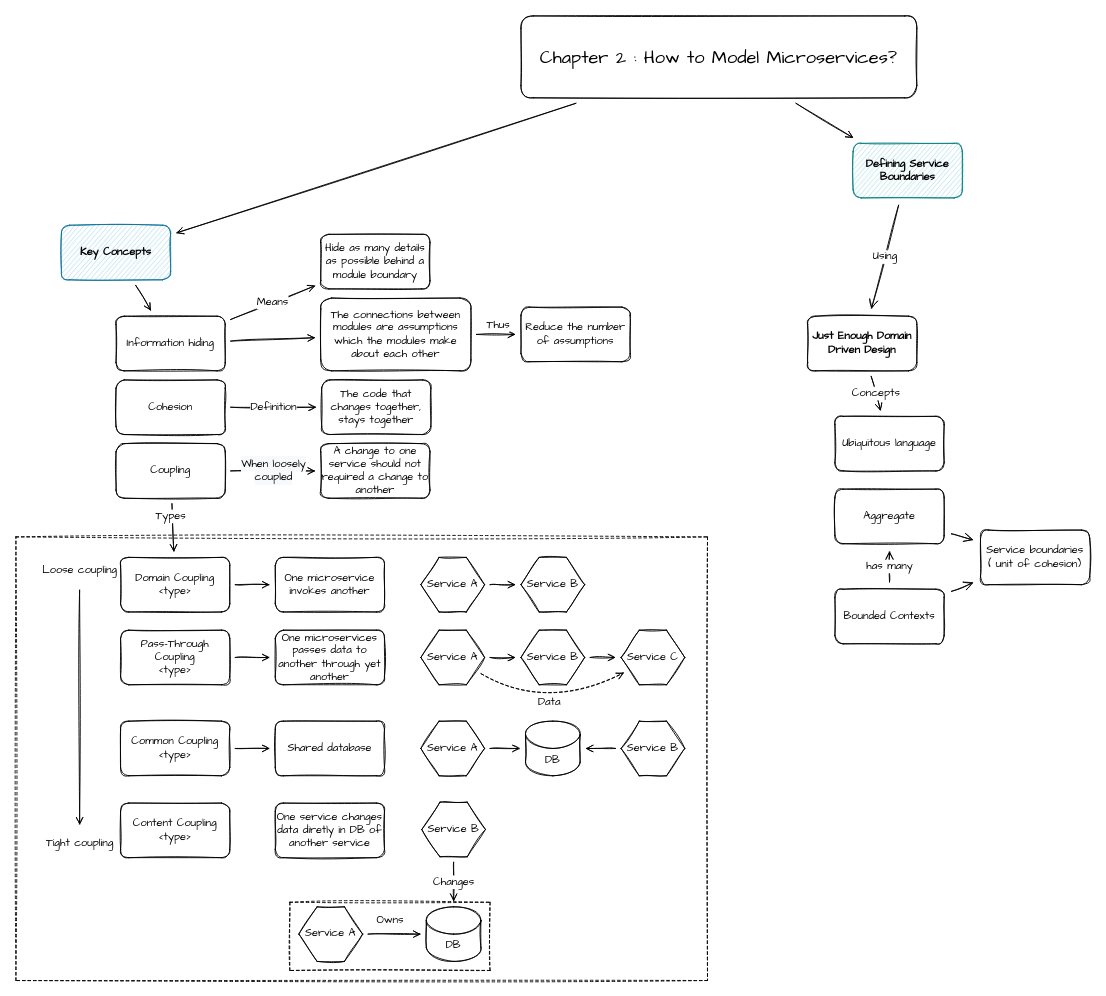
This is page "2 Modeling Microservices" (3 of 8) of effective-microservices.drawio from zatsepinvl/effective-microservices, a draw.io file, before an edit. Source tidied: cells renumbered, new cells numbered last; positions are measured from the earlier drawing's top-left corner, leaving out a move shared by most shapes. Both pictures are drawn from the tidied source at 91%, with x=0, y=0 at pixel (15, 15).
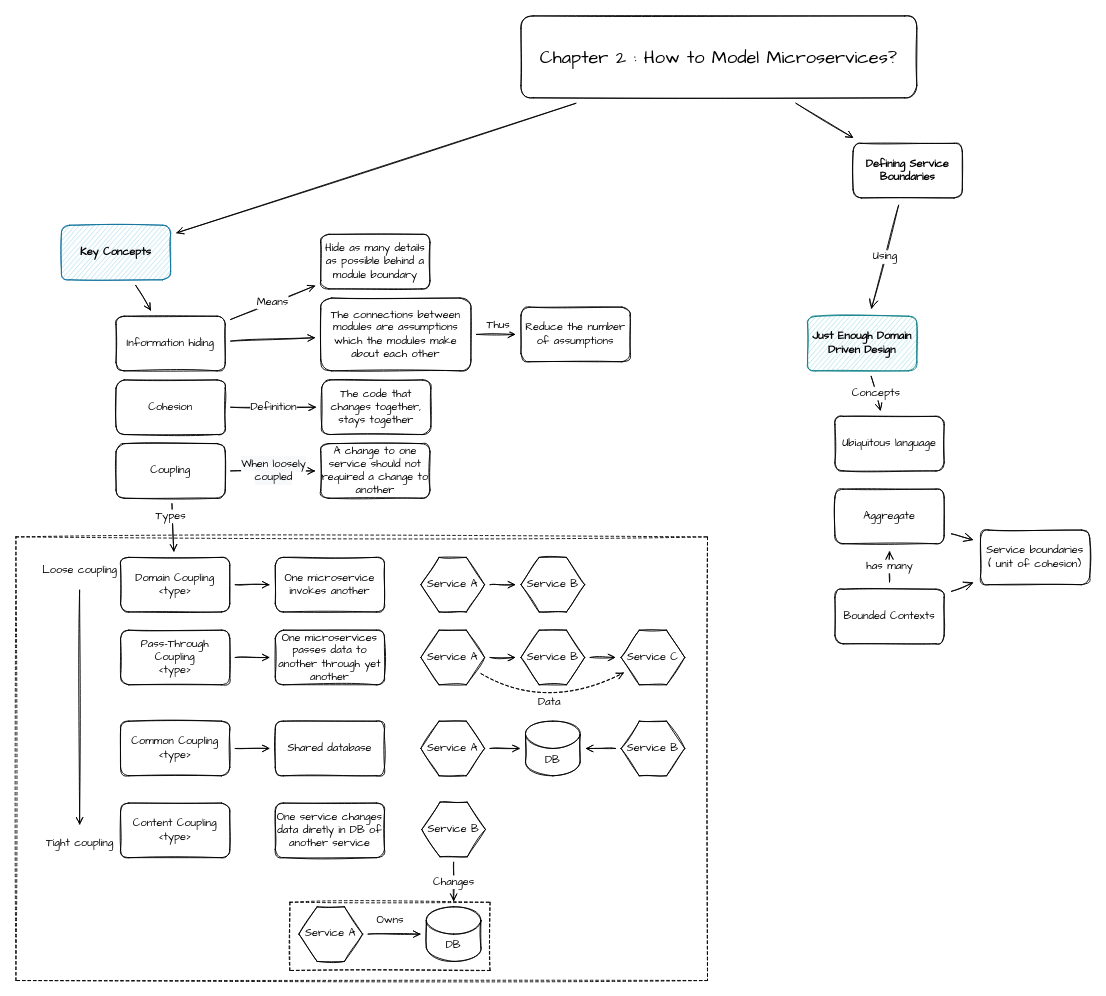
After the change.

What changed in the source:
```diff
@@
-    <mxCell id="50" value="Just Enough Domain Driven Design" style="whiteSpace=wrap;html=1;hachureGap=4;fontFamily=Comic Sans MS;fontSize=12;sketch=1;rounded=1;fontStyle=1;" parent="1" vertex="1">
+    <mxCell id="50" value="Just Enough Domain Driven Design" style="whiteSpace=wrap;html=1;hachureGap=4;fontFamily=Comic Sans MS;fontSize=12;sketch=1;rounded=1;fontStyle=1;fillColor=#b0e3e6;strokeColor=#0e8088;" parent="1" vertex="1">
       <mxGeometry x="870" y="330" width="120" height="60" as="geometry" />
     </mxCell>
@@
-    <mxCell id="59" value="Defining Service Boundaries" style="whiteSpace=wrap;html=1;hachureGap=4;fontFamily=Comic Sans MS;fontSize=12;sketch=1;rounded=1;fillColor=#b0e3e6;strokeColor=#0e8088;fillStyle=auto;fontStyle=1;" parent="1" vertex="1">
+    <mxCell id="59" value="Defining Service Boundaries" style="whiteSpace=wrap;html=1;hachureGap=4;fontFamily=Comic Sans MS;fontSize=12;sketch=1;rounded=1;fillStyle=auto;fontStyle=1;" parent="1" vertex="1">
       <mxGeometry x="920" y="140" width="120" height="60" as="geometry" />
     </mxCell>
```
